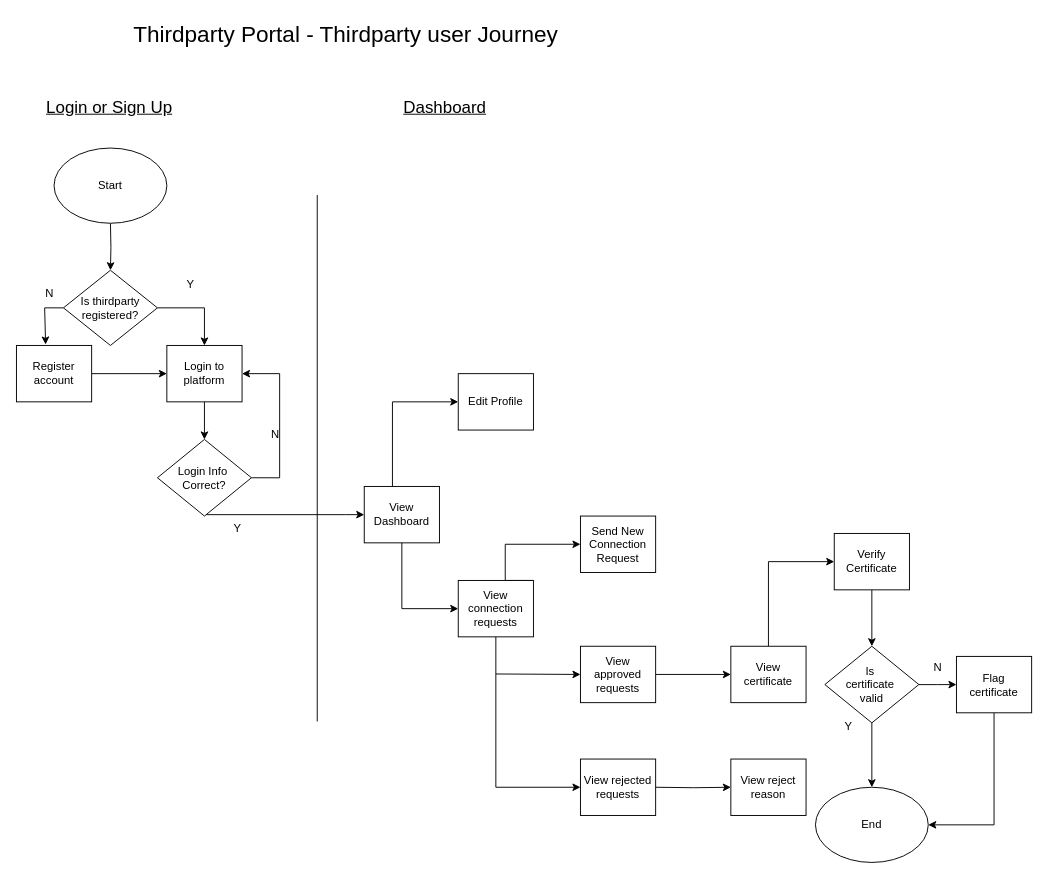
Above: Thirdpaty Portal.drawio in SifisoMzansi/architecture-diagrams (draw.io), before the change. Source tidied: cells renumbered, new cells numbered last; positions are measured from the earlier drawing's top-left corner, leaving out a move shared by most shapes. Both pictures are drawn from the tidied source at 94%, with x=0, y=0 at pixel (16, 16).
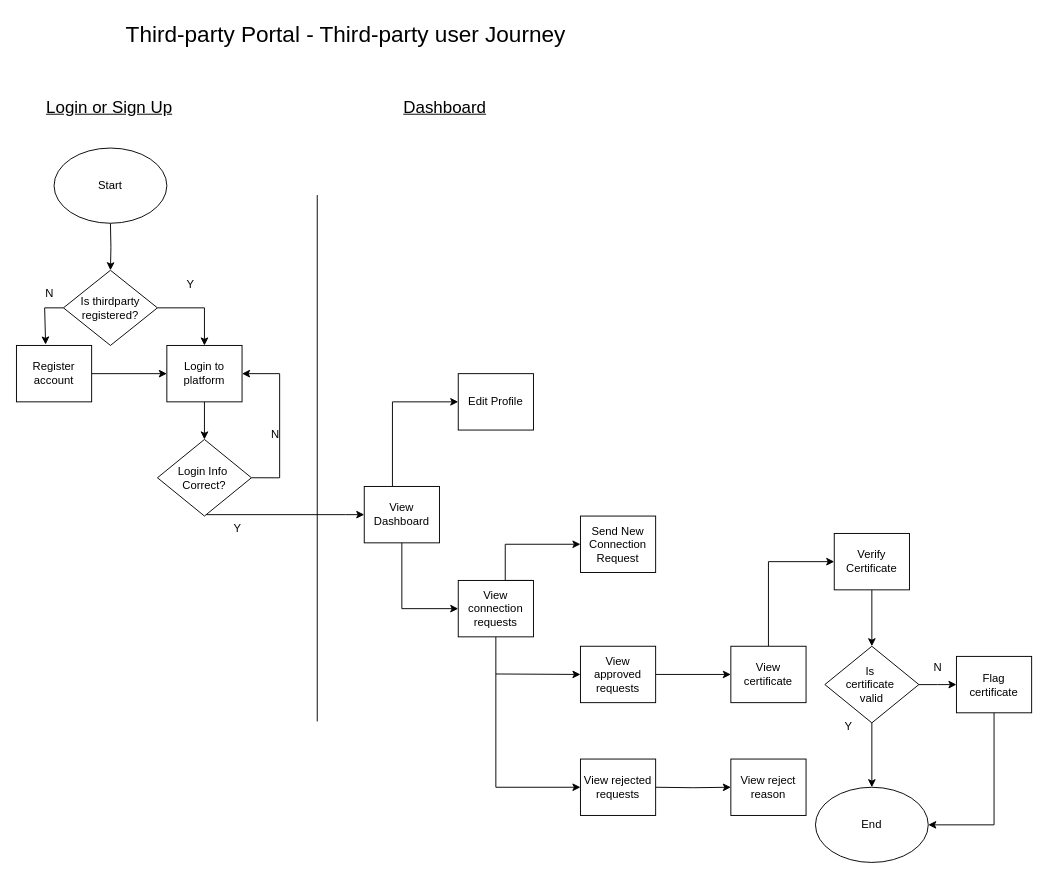
After the change.

Diff of the diagram source:
```diff
@@
-    <mxCell id="2" value="&lt;font style=&quot;font-size: 24px;&quot;&gt;Thirdparty Portal - Thirdparty user Journey&lt;/font&gt;" style="text;html=1;align=center;verticalAlign=middle;strokeColor=none;fillColor=none;" parent="1" vertex="1">
-      <mxGeometry x="110" width="480" height="40" as="geometry" />
+    <mxCell id="2" value="&lt;font style=&quot;font-size: 24px;&quot;&gt;Third-party Portal - Third-party user Journey&lt;/font&gt;" style="text;html=1;align=center;verticalAlign=middle;strokeColor=none;fillColor=none;" parent="1" vertex="1">
+      <mxGeometry x="105" width="490" height="40" as="geometry" />
     </mxCell>
```
